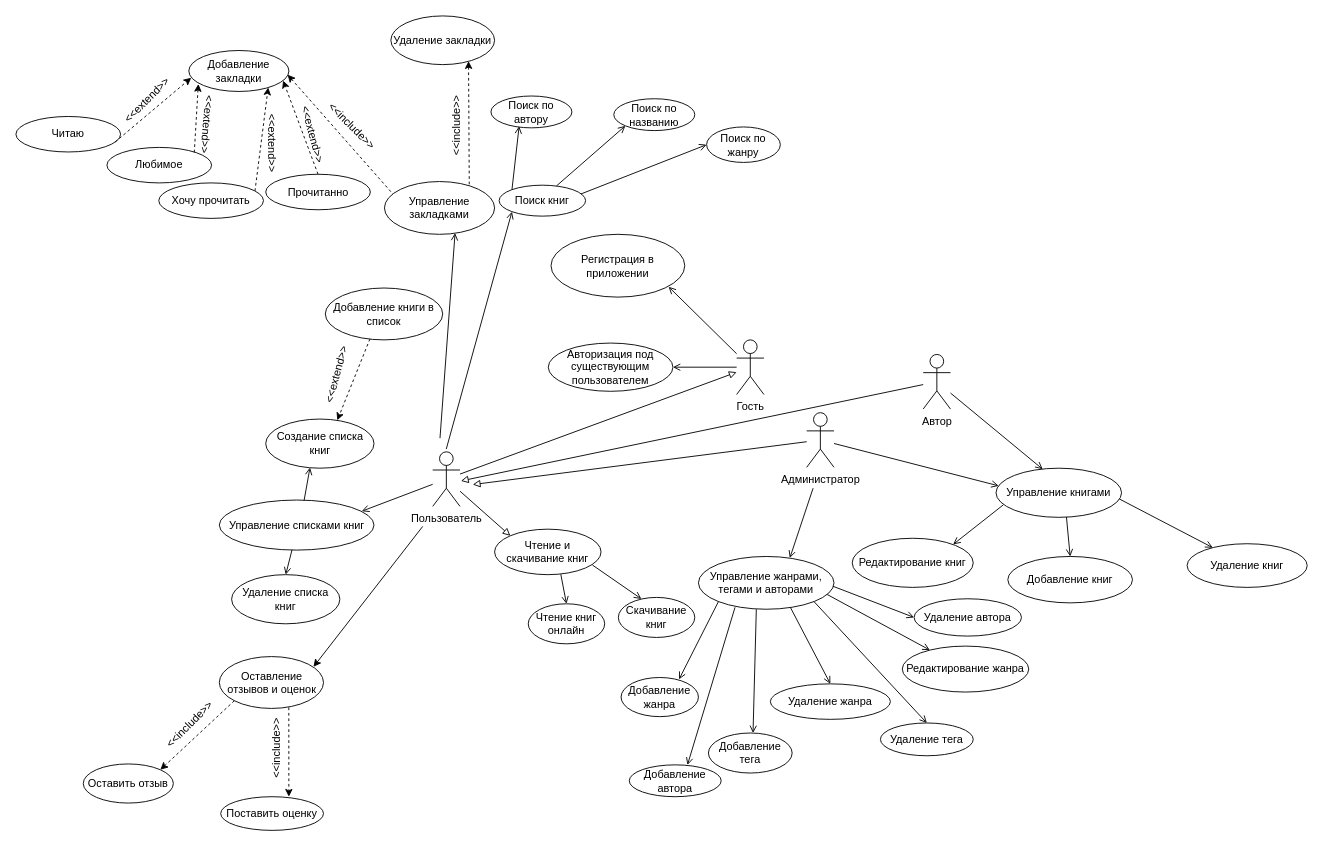
Halwahm/Univer keeps this draw.io diagram as 4 COURSE/KP 4-1/use-case.drawio. Above is the earlier version. Source tidied: cells renumbered, new cells numbered last; positions are measured from the earlier drawing's top-left corner, leaving out a move shared by most shapes. Both pictures are drawn from the tidied source at 91%, with x=0, y=0 at pixel (15, 15).
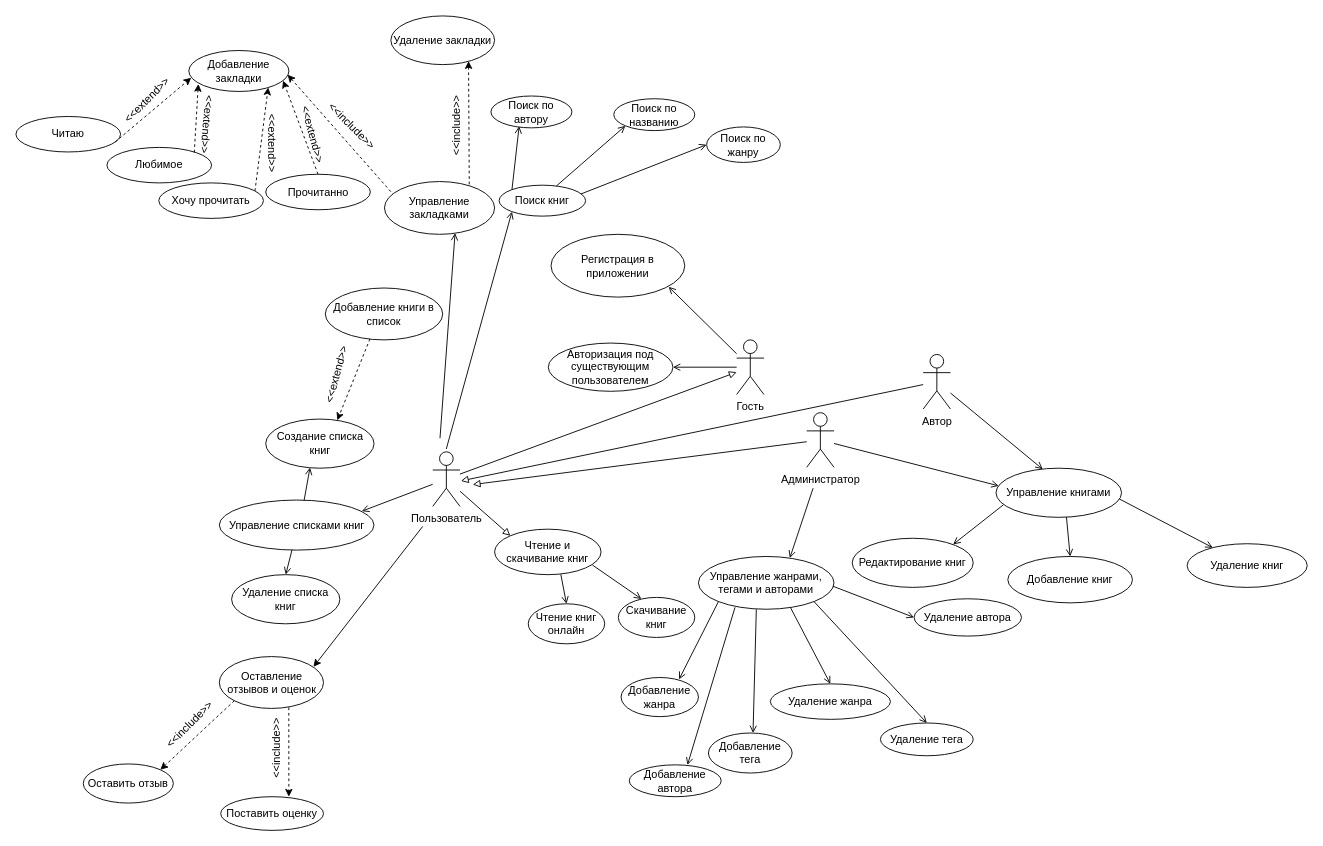
Above is the later version.

Commit message (it also covers changes not shown here):
подредачил схемы

The change refers to these unchanged cells:
```xml
<mxCell id="12" value="Управление жанрами, тегами и авторами" style="ellipse;whiteSpace=wrap;html=1;" parent="1" vertex="1">
  <mxGeometry x="750" y="594" width="149" height="58" as="geometry" />
</mxCell>
```

Change to the diagram source:
```diff
@@
-    <mxCell id="26" value="Редактирование жанра" style="ellipse;whiteSpace=wrap;html=1;" parent="1" vertex="1">
-      <mxGeometry x="974" y="692.5" width="139" height="50.5" as="geometry" />
-    </mxCell>
@@
-    <mxCell id="41" style="endArrow=open;html=1;rounded=0;exitX=0.949;exitY=0.72;exitDx=0;exitDy=0;exitPerimeter=0;endFill=0;strokeColor=default;align=center;verticalAlign=middle;fontFamily=Helvetica;fontSize=11;fontColor=default;labelBackgroundColor=default;startArrow=none;startFill=0;" parent="1" edge="1" source="12" target="26">
-      <mxGeometry relative="1" as="geometry" />
-    </mxCell>
```
